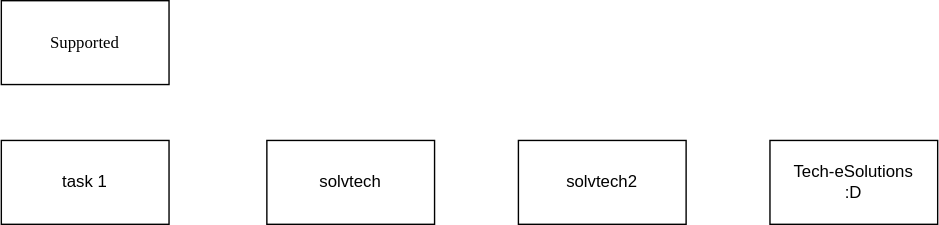
This is systems_analysis/eva2/crear-env-vars-gitbash-windows.drawio.svg from cdvelop/aiep, a draw.io export, as it was before one commit. Source tidied: cells renumbered, new cells last; positions are measured from the earlier drawing's top-left corner, leaving out a move shared by most shapes.
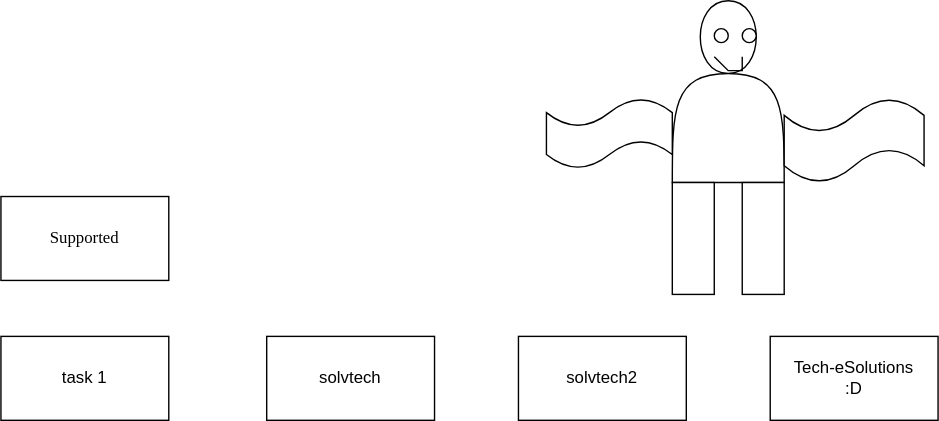
After the change.

What changed in the source:
```diff
@@ -17,5 +17,36 @@
     <mxCell id="6" value="&lt;font face=&quot;Garamond&quot;&gt;Supported&lt;/font&gt;" style="rounded=0;whiteSpace=wrap;html=1;" parent="1" vertex="1">
       <mxGeometry width="120" height="60" as="geometry" />
     </mxCell>
+    <mxCell id="7" style="shape=actor;whiteSpace=wrap;html=1;" parent="1" vertex="1">
+      <mxGeometry x="480" y="-140" width="80" height="130" as="geometry" />
+    </mxCell>
+    <mxCell id="8" style="rounded=0;whiteSpace=wrap;html=1;" parent="1" vertex="1">
+      <mxGeometry x="480" y="-10" width="30" height="80" as="geometry" />
+    </mxCell>
+    <mxCell id="9" style="rounded=0;whiteSpace=wrap;html=1;" parent="1" vertex="1">
+      <mxGeometry x="530" y="-10" width="30" height="80" as="geometry" />
+    </mxCell>
+    <mxCell id="10" style="shape=tape;whiteSpace=wrap;html=1;" parent="1" vertex="1">
+      <mxGeometry x="390" y="-70" width="90" height="50" as="geometry" />
+    </mxCell>
+    <mxCell id="11" style="shape=tape;whiteSpace=wrap;html=1;" parent="1" vertex="1">
+      <mxGeometry x="560" y="-70" width="100" height="60" as="geometry" />
+    </mxCell>
+    <mxCell id="12" style="ellipse;whiteSpace=wrap;html=1;" parent="1" vertex="1">
+      <mxGeometry x="510" y="-120" width="10" height="10" as="geometry" />
+    </mxCell>
+    <mxCell id="13" style="ellipse;whiteSpace=wrap;html=1;" parent="1" vertex="1">
+      <mxGeometry x="530" y="-120" width="10" height="10" as="geometry" />
+    </mxCell>
+    <mxCell id="14" style="endArrow=none;html=1;rounded=0;" parent="1" edge="1">
+      <mxGeometry relative="1" as="geometry">
+        <mxPoint x="510" y="-100" as="sourcePoint" />
+        <mxPoint x="530" y="-100" as="targetPoint" />
+        <Array as="points">
+          <mxPoint x="520" y="-90" />
+          <mxPoint x="530" y="-90" />
+        </Array>
+      </mxGeometry>
+    </mxCell>
   </root>
 </mxGraphModel>
```
